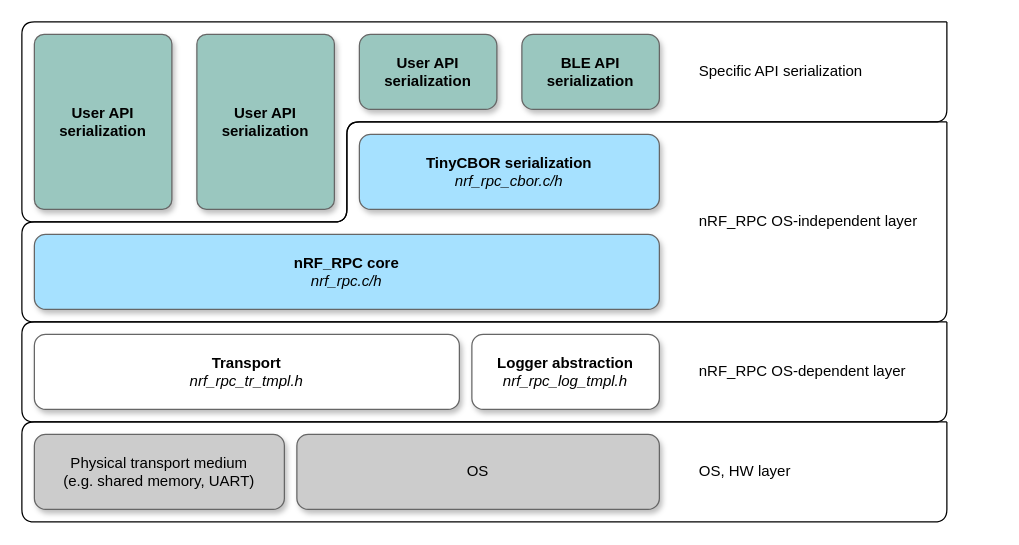
The draw.io diagram nrf_rpc/architecture.drawio in doki-nordic/draw.io, before the edit. Source tidied: cells renumbered, new cells numbered last; positions are measured from the earlier drawing's top-left corner, leaving out a move shared by most shapes. Both pictures are drawn from the tidied source at 125%, with x=0, y=0 at pixel (21, 21).
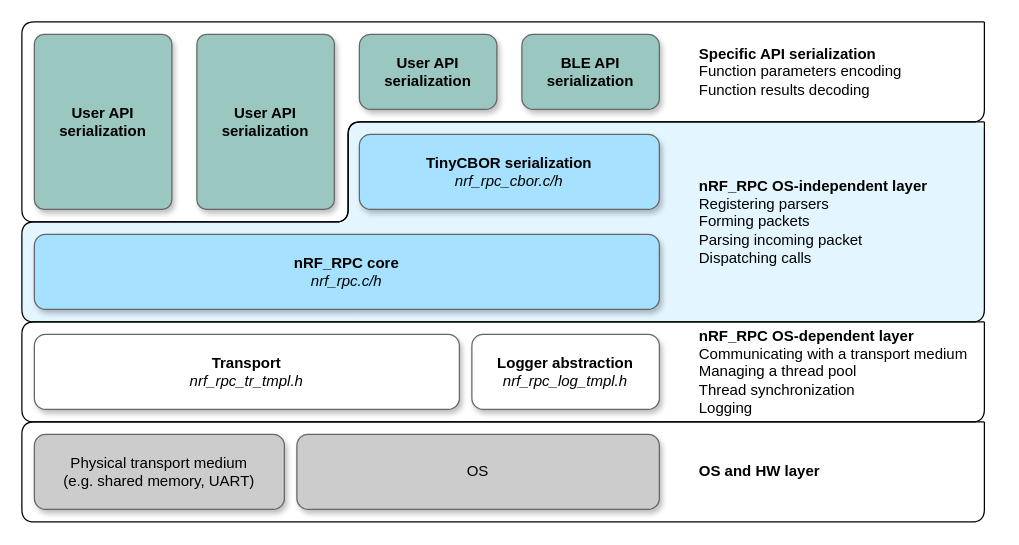
The same diagram, later.

Change to the diagram source:
```diff
@@
+    <mxCell id="20" style="rounded=1;whiteSpace=wrap;html=1;shadow=0;glass=0;comic=0;strokeColor=none;fillColor=#E3F5FF;gradientColor=none;arcSize=11;" parent="1" vertex="1">
+      <mxGeometry y="160" width="331" height="80" as="geometry" />
+    </mxCell>
+    <mxCell id="21" style="rounded=1;whiteSpace=wrap;html=1;shadow=0;glass=0;comic=0;strokeColor=none;fillColor=#E3F5FF;gradientColor=none;arcSize=7;" parent="1" vertex="1">
+      <mxGeometry x="260" y="80" width="511" height="160" as="geometry" />
+    </mxCell>
@@
     <mxCell id="12" style="endArrow=none;html=1;" parent="1" edge="1">
       <mxGeometry relative="1" as="geometry">
-        <mxPoint x="740" y="320" as="sourcePoint" />
-        <mxPoint x="740" y="320" as="targetPoint" />
+        <mxPoint x="770" y="320" as="sourcePoint" />
+        <mxPoint x="770" y="320" as="targetPoint" />
         <Array as="points">
-          <mxPoint x="740" y="400" />
+          <mxPoint x="770" y="400" />
           <mxPoint y="400" />
           <mxPoint y="320" />
         </Array>
       </mxGeometry>
     </mxCell>
     <mxCell id="13" style="endArrow=none;html=1;" parent="1" edge="1">
       <mxGeometry relative="1" as="geometry">
-        <mxPoint x="740" y="240" as="sourcePoint" />
-        <mxPoint x="740" y="240" as="targetPoint" />
+        <mxPoint x="770" y="240" as="sourcePoint" />
+        <mxPoint x="770" y="240" as="targetPoint" />
         <Array as="points">
-          <mxPoint x="740" y="320" />
+          <mxPoint x="770" y="320" />
           <mxPoint y="320" />
           <mxPoint y="240" />
         </Array>
       </mxGeometry>
     </mxCell>
     <mxCell id="14" style="endArrow=none;html=1;" parent="1" edge="1">
       <mxGeometry relative="1" as="geometry">
-        <mxPoint x="740" y="80" as="sourcePoint" />
-        <mxPoint x="740" y="80" as="targetPoint" />
+        <mxPoint x="770" y="80" as="sourcePoint" />
+        <mxPoint x="770" y="80" as="targetPoint" />
         <Array as="points">
-          <mxPoint x="740" y="240" />
+          <mxPoint x="770" y="240" />
           <mxPoint y="240" />
           <mxPoint y="160" />
-          <mxPoint x="260" y="160" />
-          <mxPoint x="260" y="80" />
+          <mxPoint x="261" y="160" />
+          <mxPoint x="261" y="80" />
         </Array>
       </mxGeometry>
     </mxCell>
     <mxCell id="15" style="endArrow=none;html=1;" parent="1" edge="1">
       <mxGeometry relative="1" as="geometry">
-        <mxPoint x="740" as="sourcePoint" />
-        <mxPoint x="740" as="targetPoint" />
+        <mxPoint x="770" as="sourcePoint" />
+        <mxPoint x="770" as="targetPoint" />
         <Array as="points">
-          <mxPoint x="740" y="80" />
-          <mxPoint x="260" y="80" />
-          <mxPoint x="260" y="160" />
+          <mxPoint x="770" y="80" />
+          <mxPoint x="261" y="80" />
+          <mxPoint x="261" y="160" />
           <mxPoint y="160" />
           <mxPoint />
         </Array>
       </mxGeometry>
     </mxCell>
-    <mxCell id="16" value="OS, HW layer" style="text;html=1;strokeColor=none;fillColor=none;align=left;verticalAlign=middle;whiteSpace=wrap;rounded=0;shadow=0;glass=0;comic=0;" parent="1" vertex="1">
+    <mxCell id="16" value="&lt;b&gt;OS and HW layer&lt;br&gt;&lt;/b&gt;" style="text;html=1;strokeColor=none;fillColor=none;align=left;verticalAlign=middle;whiteSpace=wrap;rounded=0;shadow=0;glass=0;comic=0;" parent="1" vertex="1">
       <mxGeometry x="540" y="330" width="200" height="60" as="geometry" />
     </mxCell>
-    <mxCell id="17" value="nRF_RPC&amp;nbsp;OS-dependent layer" style="text;html=1;strokeColor=none;fillColor=none;align=left;verticalAlign=middle;whiteSpace=wrap;rounded=0;shadow=0;glass=0;comic=0;" parent="1" vertex="1">
-      <mxGeometry x="540" y="250" width="200" height="60" as="geometry" />
+    <mxCell id="17" value="&lt;b&gt;nRF_RPC&amp;nbsp;OS-dependent layer&lt;/b&gt;&lt;br&gt;Communicating with a transport medium&lt;br&gt;Managing a thread pool&lt;br&gt;Thread synchronization&lt;br&gt;Logging" style="text;html=1;strokeColor=none;fillColor=none;align=left;verticalAlign=middle;whiteSpace=wrap;rounded=0;shadow=0;glass=0;comic=0;spacing=2;" parent="1" vertex="1">
+      <mxGeometry x="540" y="240" width="240" height="80" as="geometry" />
     </mxCell>
-    <mxCell id="18" value="nRF_RPC OS-independent layer" style="text;html=1;strokeColor=none;fillColor=none;align=left;verticalAlign=middle;whiteSpace=wrap;rounded=0;shadow=0;glass=0;comic=0;" parent="1" vertex="1">
+    <mxCell id="18" value="&lt;b&gt;nRF_RPC OS-independent layer&lt;/b&gt;&lt;br&gt;Registering parsers&lt;br&gt;Forming packets&lt;br&gt;Parsing incoming packet&lt;br&gt;Dispatching calls" style="text;html=1;strokeColor=none;fillColor=none;align=left;verticalAlign=middle;whiteSpace=wrap;rounded=0;shadow=0;glass=0;comic=0;" parent="1" vertex="1">
       <mxGeometry x="540" y="90" width="200" height="140" as="geometry" />
     </mxCell>
-    <mxCell id="19" value="Specific API serialization" style="text;html=1;strokeColor=none;fillColor=none;align=left;verticalAlign=middle;whiteSpace=wrap;rounded=0;shadow=0;glass=0;comic=0;" parent="1" vertex="1">
+    <mxCell id="19" value="&lt;b&gt;Specific API serialization&lt;/b&gt;&lt;br&gt;Function parameters encoding&lt;br&gt;Function results decoding" style="text;html=1;strokeColor=none;fillColor=none;align=left;verticalAlign=middle;whiteSpace=wrap;rounded=0;shadow=0;glass=0;comic=0;" parent="1" vertex="1">
       <mxGeometry x="540" y="10" width="200" height="60" as="geometry" />
     </mxCell>
```
